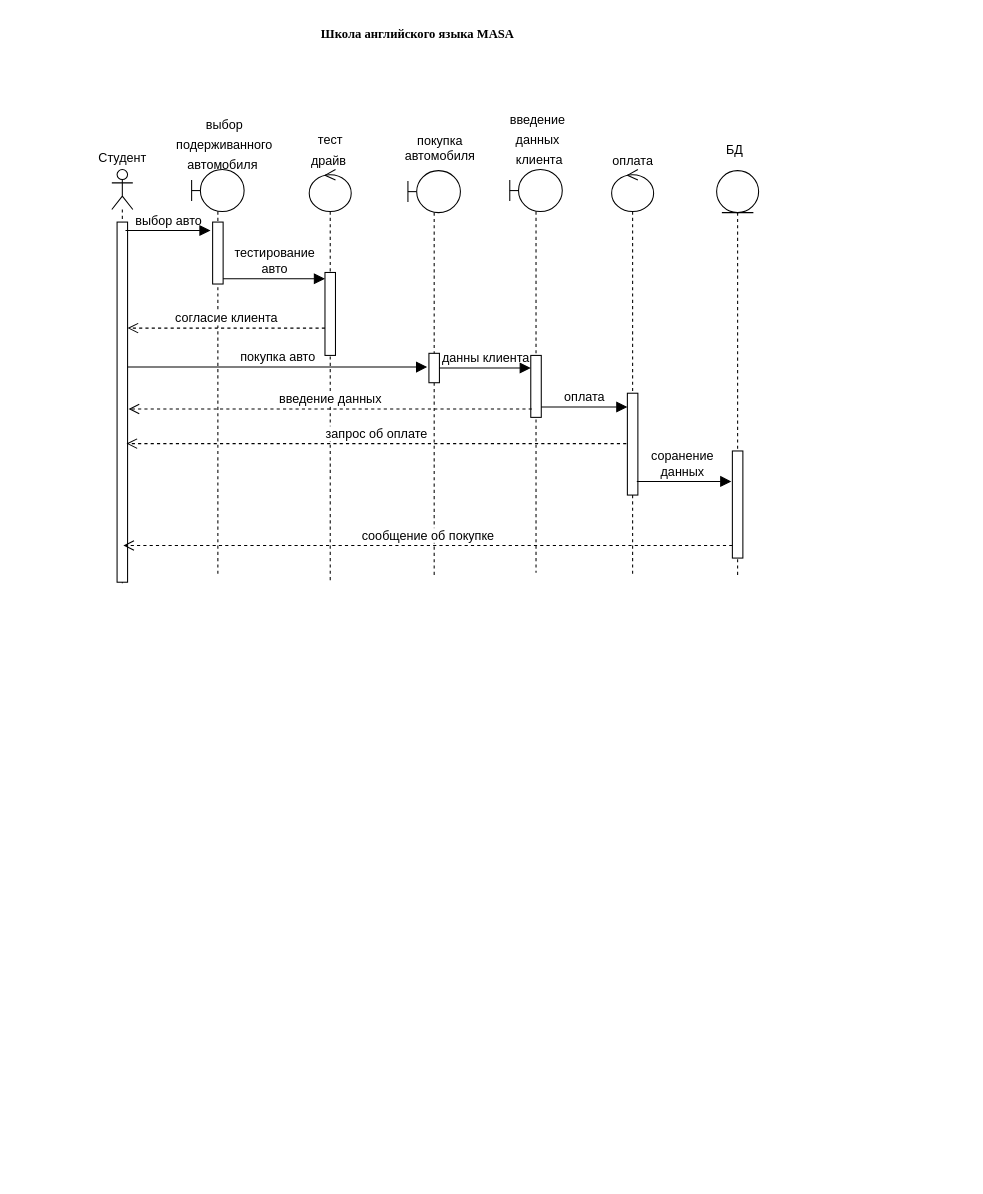
mati-tech/draw.io keeps this draw.io diagram as sequence_diagram_masa.drawio. Above is the earlier version. Source tidied: cells renumbered, new cells numbered last; positions are measured from the earlier drawing's top-left corner, leaving out a move shared by most shapes. Both pictures are drawn from the tidied source at 105%, with x=0, y=0 at pixel (85, 18).
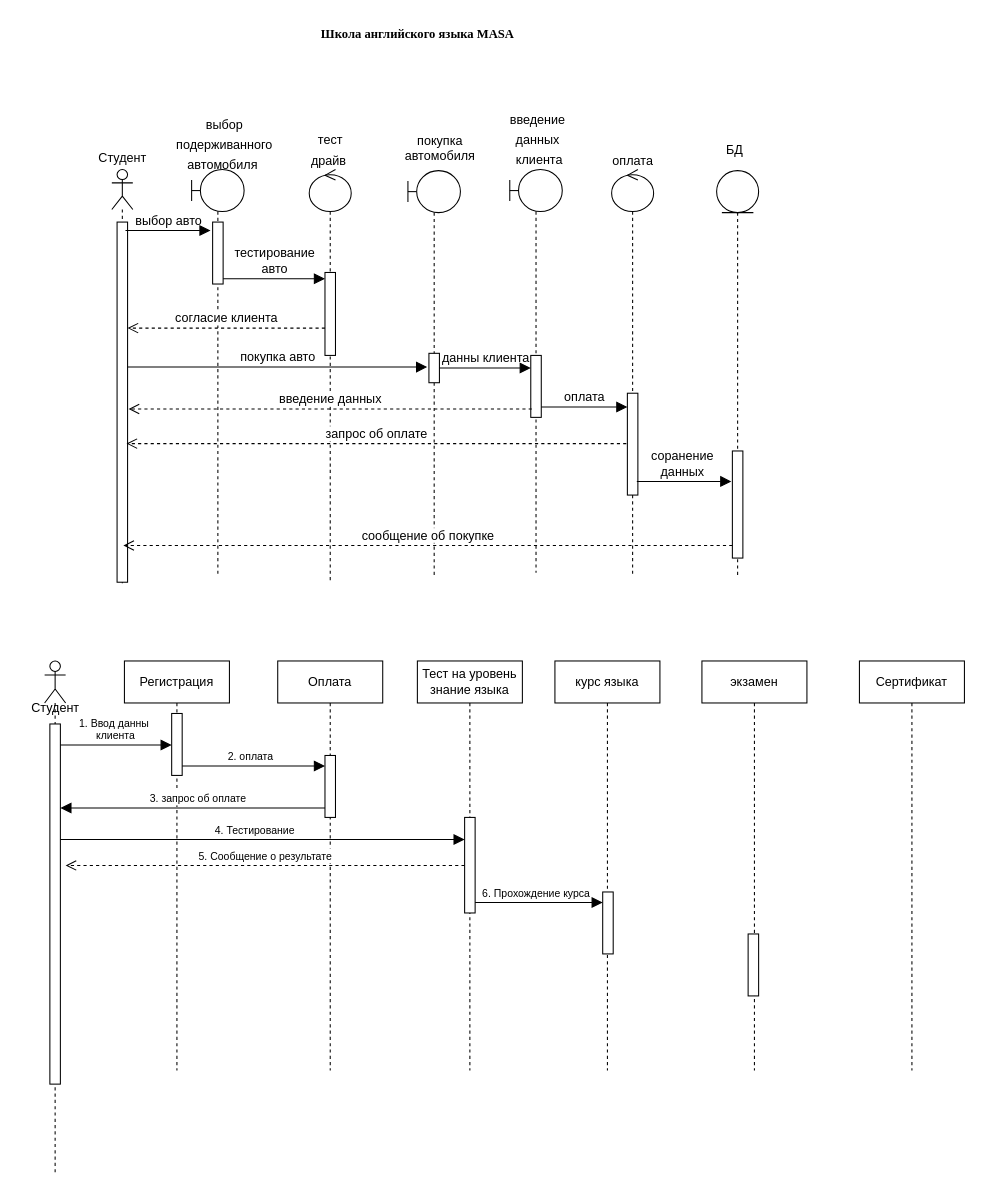
After the change.

Diff of the diagram source:
```diff
@@
+    <mxCell id="34" value="Регистрация" style="shape=umlLifeline;perimeter=lifelinePerimeter;whiteSpace=wrap;html=1;newEdgeStyle={&quot;curved&quot;:0,&quot;rounded&quot;:0};" parent="1" vertex="1">
+      <mxGeometry x="37" y="612" width="100" height="390" as="geometry" />
+    </mxCell>
+    <mxCell id="35" style="html=1;perimeter=orthogonalPerimeter;targetShapes=umlLifeline;newEdgeStyle={&quot;curved&quot;:0,&quot;rounded&quot;:0};" parent="34" vertex="1">
+      <mxGeometry x="45" y="50" width="10" height="59" as="geometry" />
+    </mxCell>
+    <mxCell id="36" value="Тест на уровень знание языка" style="shape=umlLifeline;perimeter=lifelinePerimeter;whiteSpace=wrap;html=1;newEdgeStyle={&quot;curved&quot;:0,&quot;rounded&quot;:0};" parent="1" vertex="1">
+      <mxGeometry x="316" y="612" width="100" height="390" as="geometry" />
+    </mxCell>
+    <mxCell id="37" style="html=1;points=[[0,0,0,0,5],[0,1,0,0,-5],[1,0,0,0,5],[1,1,0,0,-5]];perimeter=orthogonalPerimeter;outlineConnect=0;targetShapes=umlLifeline;portConstraint=eastwest;newEdgeStyle={&quot;curved&quot;:0,&quot;rounded&quot;:0};" parent="36" vertex="1">
+      <mxGeometry x="45" y="149" width="10" height="91" as="geometry" />
+    </mxCell>
+    <mxCell id="38" value="курс языка" style="shape=umlLifeline;perimeter=lifelinePerimeter;whiteSpace=wrap;html=1;newEdgeStyle={&quot;curved&quot;:0,&quot;rounded&quot;:0};" parent="1" vertex="1">
+      <mxGeometry x="447" y="612" width="100" height="390" as="geometry" />
+    </mxCell>
+    <mxCell id="39" style="html=1;perimeter=orthogonalPerimeter;targetShapes=umlLifeline;newEdgeStyle={&quot;curved&quot;:0,&quot;rounded&quot;:0};" parent="38" vertex="1">
+      <mxGeometry x="45.5" y="220" width="10" height="59" as="geometry" />
+    </mxCell>
+    <mxCell id="40" value="экзамен" style="shape=umlLifeline;perimeter=lifelinePerimeter;whiteSpace=wrap;html=1;newEdgeStyle={&quot;curved&quot;:0,&quot;rounded&quot;:0};" parent="1" vertex="1">
+      <mxGeometry x="587" y="612" width="100" height="390" as="geometry" />
+    </mxCell>
+    <mxCell id="41" style="html=1;perimeter=orthogonalPerimeter;targetShapes=umlLifeline;newEdgeStyle={&quot;curved&quot;:0,&quot;rounded&quot;:0};" parent="40" vertex="1">
+      <mxGeometry x="44" y="260" width="10" height="59" as="geometry" />
+    </mxCell>
+    <mxCell id="42" value="Сертификат" style="shape=umlLifeline;perimeter=lifelinePerimeter;whiteSpace=wrap;html=1;newEdgeStyle={&quot;curved&quot;:0,&quot;rounded&quot;:0};" parent="1" vertex="1">
+      <mxGeometry x="737" y="612" width="100" height="390" as="geometry" />
+    </mxCell>
+    <mxCell id="43" style="shape=umlLifeline;perimeter=lifelinePerimeter;whiteSpace=wrap;html=1;newEdgeStyle={&quot;curved&quot;:0,&quot;rounded&quot;:0};participant=umlActor;" parent="1" vertex="1">
+      <mxGeometry x="-39" y="612" width="20" height="490" as="geometry" />
+    </mxCell>
+    <mxCell id="44" style="html=1;perimeter=orthogonalPerimeter;targetShapes=umlLifeline;newEdgeStyle={&quot;curved&quot;:0,&quot;rounded&quot;:0};" parent="43" vertex="1">
+      <mxGeometry x="5" y="60" width="10" height="343" as="geometry" />
+    </mxCell>
+    <mxCell id="45" value="Студент" style="text;html=1;align=center;verticalAlign=middle;strokeColor=none;fillColor=none;" parent="1" vertex="1">
+      <mxGeometry x="-64" y="642" width="70" height="30" as="geometry" />
+    </mxCell>
+    <mxCell id="46" value="Оплата" style="shape=umlLifeline;perimeter=lifelinePerimeter;whiteSpace=wrap;html=1;newEdgeStyle={&quot;curved&quot;:0,&quot;rounded&quot;:0};" parent="1" vertex="1">
+      <mxGeometry x="183" y="612" width="100" height="390" as="geometry" />
+    </mxCell>
+    <mxCell id="47" style="html=1;perimeter=orthogonalPerimeter;targetShapes=umlLifeline;newEdgeStyle={&quot;curved&quot;:0,&quot;rounded&quot;:0};" parent="46" vertex="1">
+      <mxGeometry x="45" y="90" width="10" height="59" as="geometry" />
+    </mxCell>
+    <mxCell id="48" value="&lt;font style=&quot;font-size: 10px;&quot;&gt;1. Ввод данны&lt;/font&gt;&lt;div style=&quot;font-size: 10px;&quot;&gt;&lt;font style=&quot;font-size: 10px;&quot;&gt;&amp;nbsp;клиента&lt;/font&gt;&lt;/div&gt;" style="html=1;verticalAlign=bottom;labelBackgroundColor=none;endArrow=block;endFill=1;rounded=0;fontSize=12;startSize=8;endSize=8;curved=1;" parent="1" edge="1">
+      <mxGeometry x="-0.04" relative="1" as="geometry">
+        <mxPoint x="-24" y="692" as="sourcePoint" />
+        <mxPoint x="82" y="692" as="targetPoint" />
+      </mxGeometry>
+    </mxCell>
+    <mxCell id="49" value="&lt;font style=&quot;font-size: 10px;&quot;&gt;2. оплата&lt;/font&gt;" style="html=1;verticalAlign=bottom;labelBackgroundColor=none;endArrow=block;endFill=1;rounded=0;fontSize=12;startSize=8;endSize=8;curved=1;" parent="1" edge="1">
+      <mxGeometry x="-0.04" relative="1" as="geometry">
+        <mxPoint x="92" y="712" as="sourcePoint" />
+        <mxPoint x="228" y="712" as="targetPoint" />
+      </mxGeometry>
+    </mxCell>
+    <mxCell id="50" value="&lt;span style=&quot;background-color: rgb(255, 255, 255);&quot;&gt;&lt;font style=&quot;font-size: 10px;&quot;&gt;3. запрос об оплате&lt;/font&gt;&lt;/span&gt;" style="html=1;verticalAlign=bottom;labelBackgroundColor=none;endArrow=block;endFill=1;rounded=0;fontSize=12;startSize=8;endSize=8;curved=1;" parent="1" edge="1">
+      <mxGeometry x="-0.04" relative="1" as="geometry">
+        <mxPoint x="228" y="752" as="sourcePoint" />
+        <mxPoint x="-24" y="752" as="targetPoint" />
+      </mxGeometry>
+    </mxCell>
+    <mxCell id="51" value="&lt;div style=&quot;font-size: 10px;&quot;&gt;&lt;font style=&quot;font-size: 10px;&quot;&gt;&amp;nbsp;4. Тестирование&amp;nbsp;&lt;/font&gt;&lt;/div&gt;" style="html=1;verticalAlign=bottom;labelBackgroundColor=none;endArrow=block;endFill=1;rounded=0;fontSize=12;startSize=8;endSize=8;curved=1;" parent="1" edge="1" target="37">
+      <mxGeometry x="-0.04" relative="1" as="geometry">
+        <mxPoint x="-24" y="782" as="sourcePoint" />
+      </mxGeometry>
+    </mxCell>
+    <mxCell id="52" value="&lt;font style=&quot;font-size: 10px;&quot;&gt;5. Сообщение о результате&lt;/font&gt;" style="html=1;verticalAlign=bottom;endArrow=open;dashed=1;endSize=8;curved=0;rounded=0;fontSize=12;" parent="1" edge="1">
+      <mxGeometry relative="1" as="geometry">
+        <mxPoint x="361" y="806.7" as="sourcePoint" />
+        <mxPoint x="-19" y="806.7" as="targetPoint" />
+      </mxGeometry>
+    </mxCell>
+    <mxCell id="53" value="&lt;span style=&quot;font-size: 10px;&quot;&gt;6. Прохождение курса&lt;/span&gt;" style="html=1;verticalAlign=bottom;labelBackgroundColor=none;endArrow=block;endFill=1;rounded=0;fontSize=12;startSize=8;endSize=8;curved=1;" parent="1" edge="1">
+      <mxGeometry x="-0.04" relative="1" as="geometry">
+        <mxPoint x="371" y="842" as="sourcePoint" />
+        <mxPoint x="492.5" y="842" as="targetPoint" />
+      </mxGeometry>
+    </mxCell>
```
